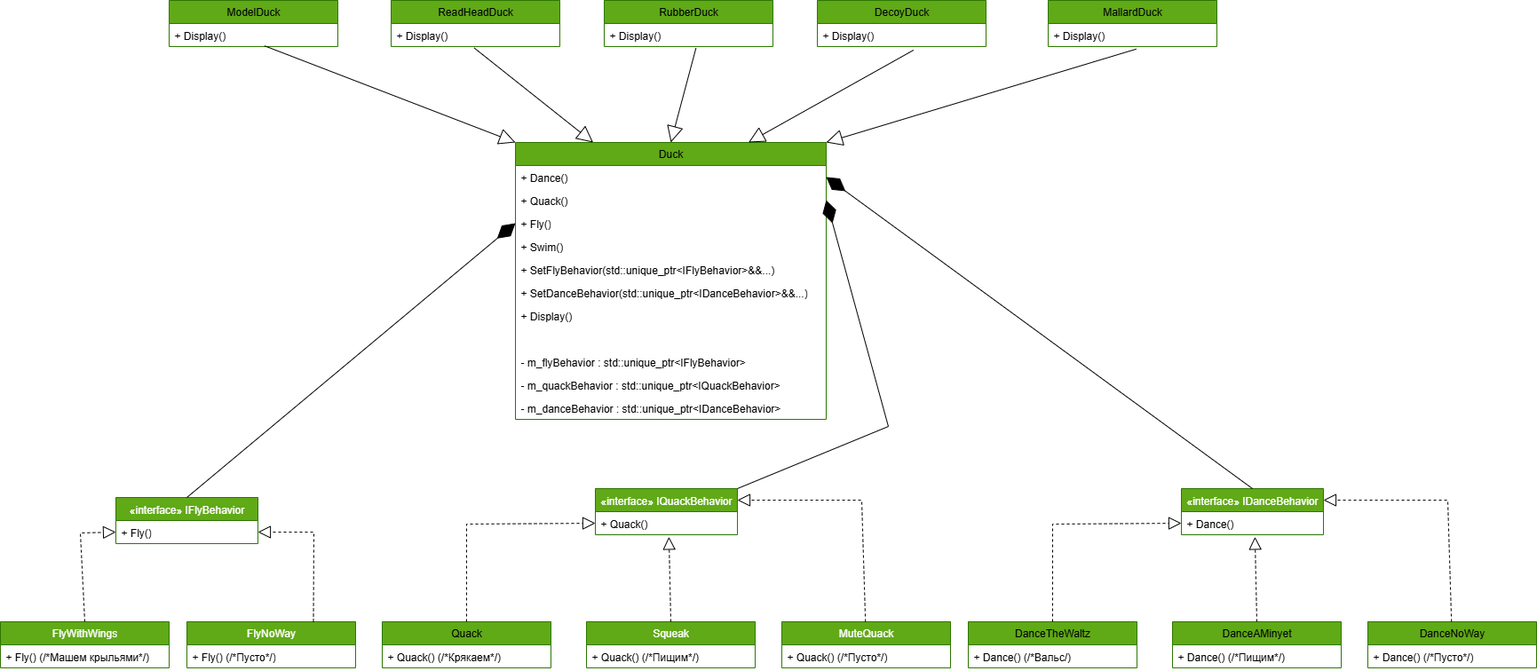
This is strategy/DuckUML.drawio.png from raketa0/OOD, a draw.io export, as it was before one commit. Source tidied: cells renumbered, new cells last; positions are measured from the earlier drawing's top-left corner, leaving out a move shared by most shapes.
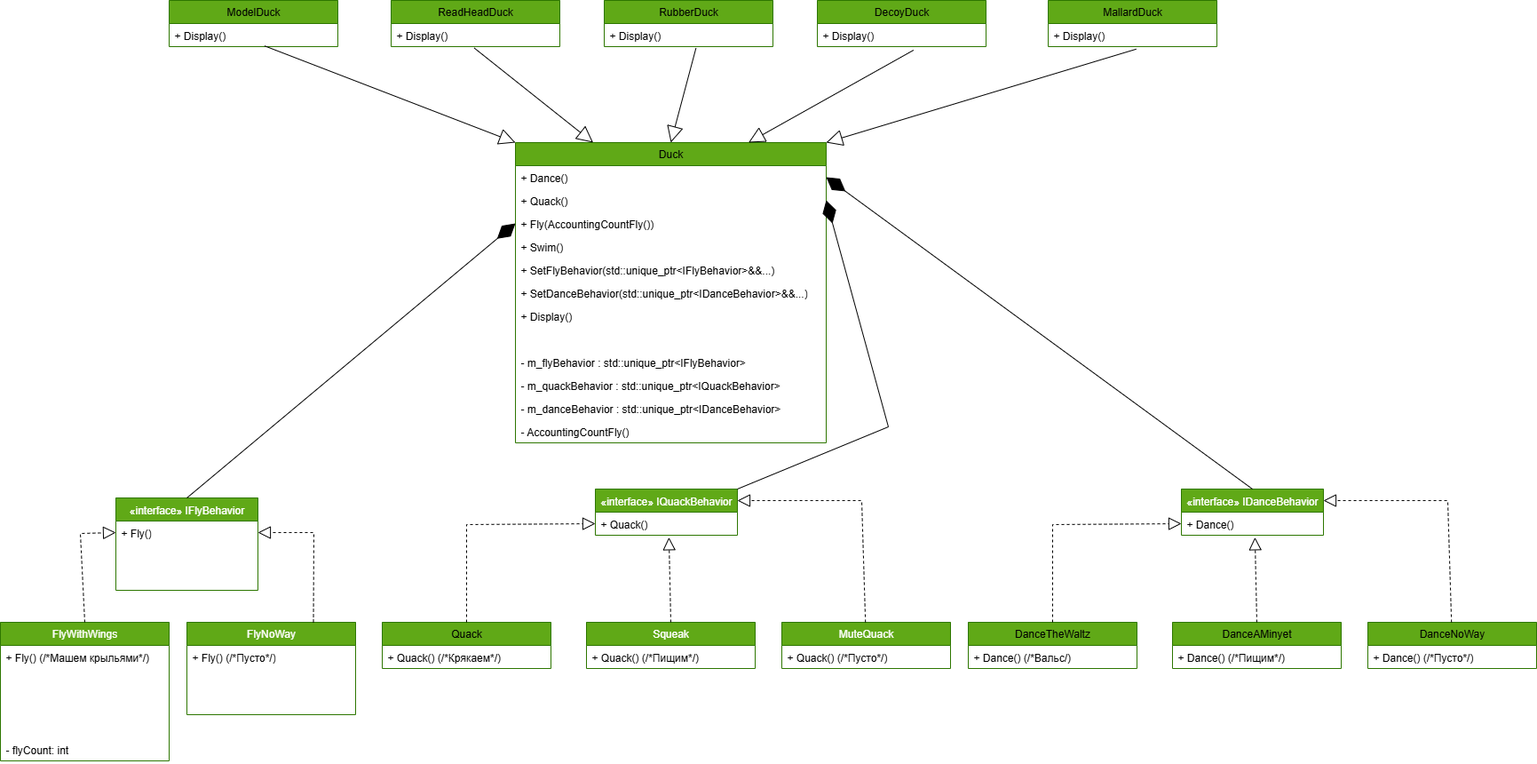
Above is the later version.

The edit, as a diff of the source:
```diff
@@ -3,23 +3,47 @@
     <mxCell id="0" />
     <mxCell id="1" parent="0" />
     <mxCell id="2" value="FlyWithWings" style="swimlane;fontStyle=0;horizontal=1;startSize=26;fillColor=#60a917;whiteSpace=wrap;html=1;fontColor=#ffffff;strokeColor=#2D7600;" parent="1" vertex="1">
-      <mxGeometry y="700" width="190" height="52" as="geometry" />
+      <mxGeometry y="700" width="190" height="156" as="geometry" />
     </mxCell>
     <mxCell id="3" value="&lt;font style=&quot;color: light-dark(rgb(0, 0, 0), rgb(0, 0, 0));&quot;&gt;+ Fly() (/*Машем крыльями*/)&lt;/font&gt;" style="text;strokeColor=none;fillColor=none;align=left;verticalAlign=top;spacingLeft=4;spacingRight=4;overflow=hidden;whiteSpace=wrap;html=1;" parent="2" vertex="1">
       <mxGeometry y="26" width="190" height="26" as="geometry" />
     </mxCell>
+    <mxCell id="62" value="+CanFly() : bool" style="text;strokeColor=none;fillColor=none;align=left;verticalAlign=top;spacingLeft=4;spacingRight=4;overflow=hidden;whiteSpace=wrap;html=1;fontFamily=Helvetica;fontSize=12;fontColor=#ffffff;fontStyle=0;horizontal=1;" parent="2" vertex="1">
+      <mxGeometry y="52" width="190" height="26" as="geometry" />
+    </mxCell>
+    <mxCell id="63" value="+GetCountFly(): int" style="text;strokeColor=none;fillColor=none;align=left;verticalAlign=top;spacingLeft=4;spacingRight=4;overflow=hidden;whiteSpace=wrap;html=1;fontFamily=Helvetica;fontSize=12;fontColor=#ffffff;fontStyle=0;horizontal=1;" parent="2" vertex="1">
+      <mxGeometry y="78" width="190" height="26" as="geometry" />
+    </mxCell>
+    <mxCell id="64" style="text;strokeColor=none;fillColor=none;align=left;verticalAlign=top;spacingLeft=4;spacingRight=4;overflow=hidden;whiteSpace=wrap;html=1;" parent="2" vertex="1">
+      <mxGeometry y="104" width="190" height="26" as="geometry" />
+    </mxCell>
+    <mxCell id="65" value="-&amp;nbsp;flyCount: int" style="text;strokeColor=none;fillColor=none;align=left;verticalAlign=top;spacingLeft=4;spacingRight=4;overflow=hidden;whiteSpace=wrap;html=1;fontColor=light-dark(#000000,#000000);" parent="2" vertex="1">
+      <mxGeometry y="130" width="190" height="26" as="geometry" />
+    </mxCell>
     <mxCell id="4" value="FlyNoWay" style="swimlane;fontStyle=0;horizontal=1;startSize=26;fillColor=#60a917;whiteSpace=wrap;html=1;fontColor=#ffffff;strokeColor=#2D7600;" parent="1" vertex="1">
-      <mxGeometry x="210" y="700" width="190" height="52" as="geometry" />
+      <mxGeometry x="210" y="700" width="190" height="104" as="geometry" />
     </mxCell>
     <mxCell id="5" value="&lt;font style=&quot;color: light-dark(rgb(0, 0, 0), rgb(0, 0, 0));&quot;&gt;+ Fly() (/*Пусто*/)&lt;/font&gt;" style="text;strokeColor=none;fillColor=none;align=left;verticalAlign=top;spacingLeft=4;spacingRight=4;overflow=hidden;whiteSpace=wrap;html=1;" parent="4" vertex="1">
       <mxGeometry y="26" width="190" height="26" as="geometry" />
     </mxCell>
+    <mxCell id="66" value="+CanFly() : bool" style="text;strokeColor=none;fillColor=none;align=left;verticalAlign=top;spacingLeft=4;spacingRight=4;overflow=hidden;whiteSpace=wrap;html=1;fontFamily=Helvetica;fontSize=12;fontColor=#ffffff;fontStyle=0;horizontal=1;" parent="4" vertex="1">
+      <mxGeometry y="52" width="190" height="26" as="geometry" />
+    </mxCell>
+    <mxCell id="67" value="+GetCountFly(): int" style="text;strokeColor=none;fillColor=none;align=left;verticalAlign=top;spacingLeft=4;spacingRight=4;overflow=hidden;whiteSpace=wrap;html=1;fontFamily=Helvetica;fontSize=12;fontColor=#ffffff;fontStyle=0;horizontal=1;" parent="4" vertex="1">
+      <mxGeometry y="78" width="190" height="26" as="geometry" />
+    </mxCell>
     <mxCell id="6" value="&lt;span style=&quot;font-weight: 400;&quot;&gt;«interface» IFlyBehavior&lt;/span&gt;" style="swimlane;fontStyle=1;align=center;verticalAlign=top;horizontal=1;startSize=26;whiteSpace=wrap;html=1;strokeColor=#2D7600;fontFamily=Helvetica;fontSize=12;fontColor=#ffffff;fillColor=#60a917;" parent="1" vertex="1">
-      <mxGeometry x="130" y="560" width="160" height="52" as="geometry" />
+      <mxGeometry x="130" y="560" width="160" height="104" as="geometry" />
     </mxCell>
     <mxCell id="7" value="&lt;span&gt;&lt;font style=&quot;color: light-dark(rgb(0, 0, 0), rgb(0, 0, 0));&quot;&gt;+ Fly()&lt;/font&gt;&lt;/span&gt;" style="text;strokeColor=none;fillColor=none;align=left;verticalAlign=top;spacingLeft=4;spacingRight=4;overflow=hidden;points=[[0,0.5],[1,0.5]];portConstraint=eastwest;whiteSpace=wrap;html=1;fontFamily=Helvetica;fontSize=12;fontColor=#ffffff;fontStyle=0;horizontal=1;" parent="6" vertex="1">
       <mxGeometry y="26" width="160" height="26" as="geometry" />
     </mxCell>
+    <mxCell id="68" value="+CanFly() : bool" style="text;strokeColor=none;fillColor=none;align=left;verticalAlign=top;spacingLeft=4;spacingRight=4;overflow=hidden;whiteSpace=wrap;html=1;fontFamily=Helvetica;fontSize=12;fontColor=#ffffff;fontStyle=0;horizontal=1;" parent="6" vertex="1">
+      <mxGeometry y="52" width="160" height="26" as="geometry" />
+    </mxCell>
+    <mxCell id="69" value="+GetCountFly(): int" style="text;strokeColor=none;fillColor=none;align=left;verticalAlign=top;spacingLeft=4;spacingRight=4;overflow=hidden;whiteSpace=wrap;html=1;fontFamily=Helvetica;fontSize=12;fontColor=#ffffff;fontStyle=0;horizontal=1;" parent="6" vertex="1">
+      <mxGeometry y="78" width="160" height="26" as="geometry" />
+    </mxCell>
     <mxCell id="8" value="&lt;span style=&quot;text-align: left;&quot;&gt;&lt;font style=&quot;color: light-dark(rgb(0, 0, 0), rgb(0, 0, 0));&quot;&gt;Quack&lt;/font&gt;&lt;/span&gt;" style="swimlane;fontStyle=0;horizontal=1;startSize=26;fillColor=#60a917;whiteSpace=wrap;html=1;fontColor=#ffffff;strokeColor=#2D7600;" parent="1" vertex="1">
       <mxGeometry x="430" y="700" width="190" height="52" as="geometry" />
     </mxCell>
@@ -117,7 +141,7 @@
       <mxGeometry relative="1" as="geometry" />
     </mxCell>
     <mxCell id="32" value="&lt;span style=&quot;text-align: left;&quot;&gt;&lt;font style=&quot;color: light-dark(rgb(0, 0, 0), rgb(0, 0, 0));&quot;&gt;Duck&lt;/font&gt;&lt;/span&gt;" style="swimlane;fontStyle=0;horizontal=1;startSize=26;fillColor=#60a917;whiteSpace=wrap;html=1;fontColor=#ffffff;strokeColor=#2D7600;" parent="1" vertex="1">
-      <mxGeometry x="580" y="160" width="350" height="312" as="geometry" />
+      <mxGeometry x="580" y="160" width="350" height="338" as="geometry" />
     </mxCell>
     <mxCell id="33" value="&lt;span&gt;&lt;font style=&quot;color: light-dark(rgb(0, 0, 0), rgb(0, 0, 0));&quot;&gt;+ Dance()&lt;/font&gt;&lt;/span&gt;" style="text;strokeColor=none;fillColor=none;align=left;verticalAlign=top;spacingLeft=4;spacingRight=4;overflow=hidden;points=[[0,0.5],[1,0.5]];portConstraint=eastwest;whiteSpace=wrap;html=1;" parent="32" vertex="1">
       <mxGeometry y="26" width="350" height="26" as="geometry" />
@@ -125,7 +149,7 @@
     <mxCell id="34" value="&lt;font style=&quot;color: light-dark(rgb(0, 0, 0), rgb(0, 0, 0));&quot;&gt;+ Quack()&amp;nbsp;&lt;/font&gt;" style="text;strokeColor=none;fillColor=none;align=left;verticalAlign=top;spacingLeft=4;spacingRight=4;overflow=hidden;points=[[0,0.5],[1,0.5]];portConstraint=eastwest;whiteSpace=wrap;html=1;" parent="32" vertex="1">
       <mxGeometry y="52" width="350" height="26" as="geometry" />
     </mxCell>
-    <mxCell id="35" value="&lt;font style=&quot;&quot;&gt;&lt;span style=&quot;font-family: Helvetica; font-size: 12px; font-style: normal; font-variant-ligatures: normal; font-variant-caps: normal; font-weight: 400; letter-spacing: normal; orphans: 2; text-align: left; text-indent: 0px; text-transform: none; widows: 2; word-spacing: 0px; -webkit-text-stroke-width: 0px; white-space: normal; text-decoration-thickness: initial; text-decoration-style: initial; text-decoration-color: initial; float: none; display: inline !important;&quot;&gt;+ Fly()&lt;/span&gt;&lt;br&gt;&lt;/font&gt;" style="text;strokeColor=none;fillColor=none;align=left;verticalAlign=top;spacingLeft=4;spacingRight=4;overflow=hidden;points=[[0,0.5],[1,0.5]];portConstraint=eastwest;whiteSpace=wrap;html=1;fontColor=light-dark(#000000,#000000);labelBackgroundColor=none;" parent="32" vertex="1">
+    <mxCell id="35" value="&lt;font style=&quot;&quot;&gt;&lt;span style=&quot;font-family: Helvetica; font-size: 12px; font-style: normal; font-variant-ligatures: normal; font-variant-caps: normal; font-weight: 400; letter-spacing: normal; orphans: 2; text-align: left; text-indent: 0px; text-transform: none; widows: 2; word-spacing: 0px; -webkit-text-stroke-width: 0px; white-space: normal; text-decoration-thickness: initial; text-decoration-style: initial; text-decoration-color: initial; float: none; display: inline !important;&quot;&gt;+ Fly(AccountingCountFly())&lt;/span&gt;&lt;br&gt;&lt;/font&gt;" style="text;strokeColor=none;fillColor=none;align=left;verticalAlign=top;spacingLeft=4;spacingRight=4;overflow=hidden;points=[[0,0.5],[1,0.5]];portConstraint=eastwest;whiteSpace=wrap;html=1;fontColor=light-dark(#000000,#000000);labelBackgroundColor=none;" parent="32" vertex="1">
       <mxGeometry y="78" width="350" height="26" as="geometry" />
     </mxCell>
     <mxCell id="36" value="+ Swim()" style="text;align=left;verticalAlign=top;spacingLeft=4;spacingRight=4;overflow=hidden;whiteSpace=wrap;html=1;fontColor=light-dark(#000000,#000000);" parent="32" vertex="1">
@@ -152,6 +176,9 @@
     <mxCell id="43" value="-&amp;nbsp;m_danceBehavior :&amp;nbsp;std::unique_ptr&amp;lt;IDanceBehavior&amp;gt;" style="text;strokeColor=none;fillColor=none;align=left;verticalAlign=top;spacingLeft=4;spacingRight=4;overflow=hidden;whiteSpace=wrap;html=1;fontColor=light-dark(#000000,#000000);" parent="32" vertex="1">
       <mxGeometry y="286" width="350" height="26" as="geometry" />
     </mxCell>
+    <mxCell id="70" value="-&amp;nbsp;AccountingCountFly()" style="text;strokeColor=none;fillColor=none;align=left;verticalAlign=top;spacingLeft=4;spacingRight=4;overflow=hidden;whiteSpace=wrap;html=1;fontColor=light-dark(#000000,#000000);" parent="32" vertex="1">
+      <mxGeometry y="312" width="350" height="26" as="geometry" />
+    </mxCell>
     <mxCell id="44" value="&lt;span style=&quot;text-align: left;&quot;&gt;&lt;font style=&quot;color: light-dark(rgb(0, 0, 0), rgb(0, 0, 0));&quot;&gt;DecoyDuck&lt;/font&gt;&lt;/span&gt;" style="swimlane;fontStyle=0;horizontal=1;startSize=26;fillColor=#60a917;whiteSpace=wrap;html=1;fontColor=#ffffff;strokeColor=#2D7600;" parent="1" vertex="1">
       <mxGeometry x="920" width="190" height="52" as="geometry" />
     </mxCell>
```
